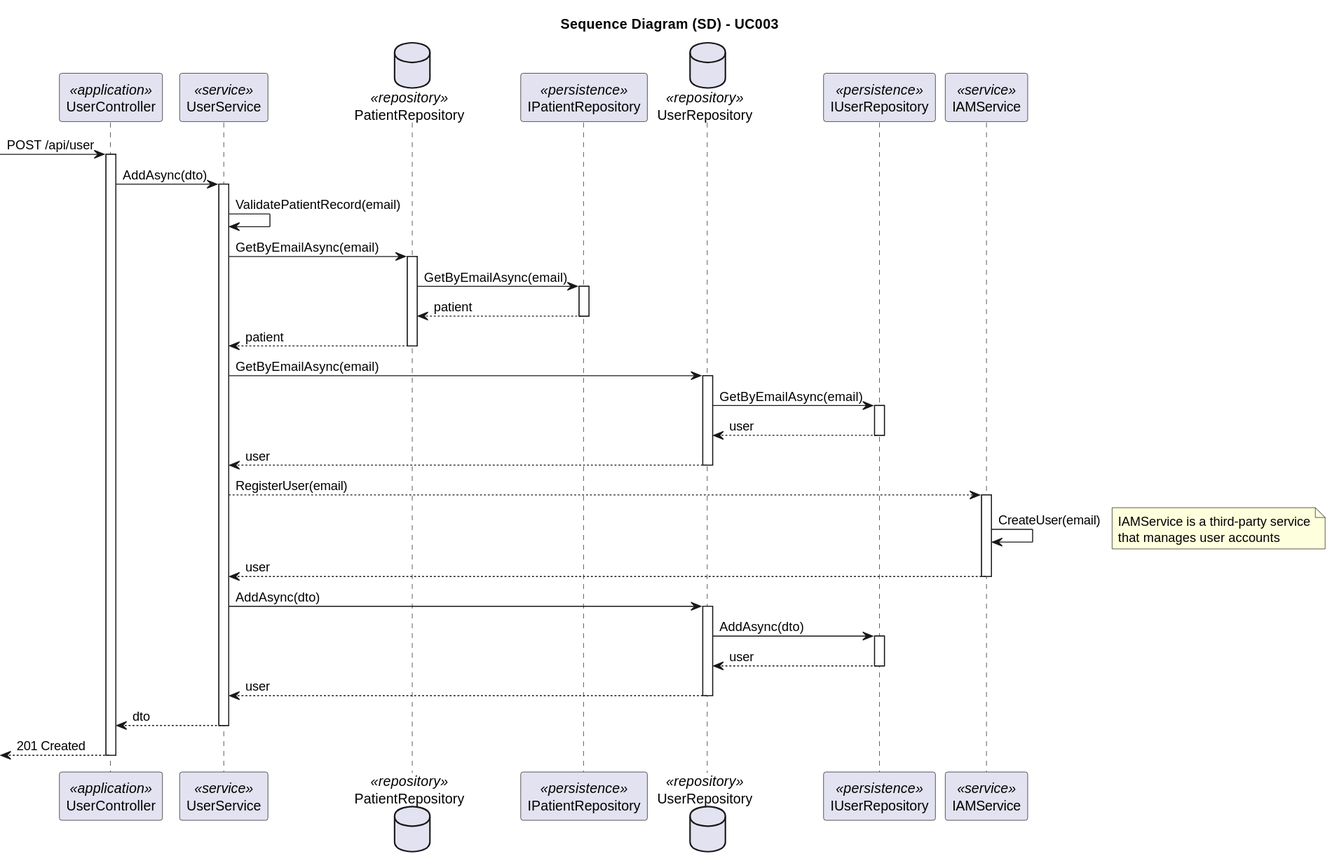
Above: docs/SprintA/UseCases/UC003/03.design/svg/uc003-sequence-diagram.svg in 1221124/sem5pi-24-25-g031 (PlantUML), before the change.
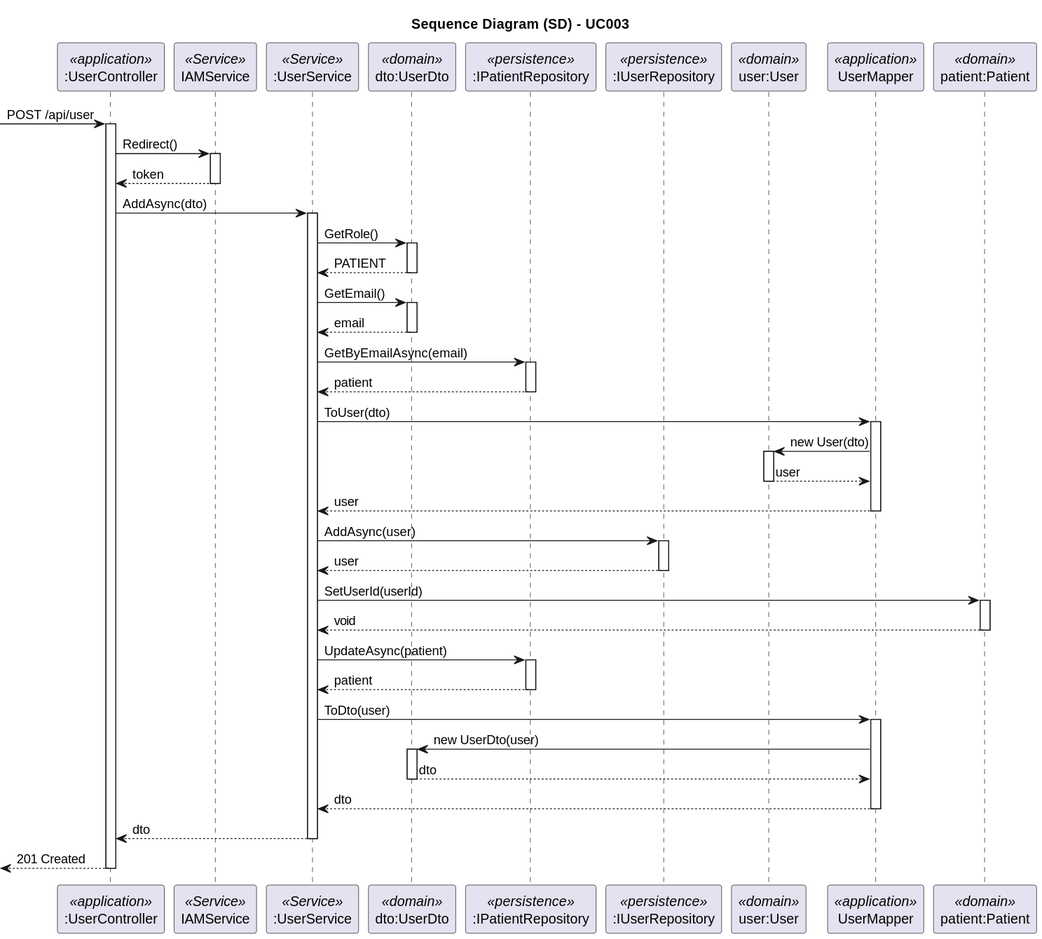
After the change.

The edit, as a diff of the source:
```diff
@@ -7,81 +7,111 @@
 
 title Sequence Diagram (SD) - UC003
 
-participant UserController as Controller <<application>>
-participant UserService as Service <<service>>
-database PatientRepository as PRepository <<repository>>
-participant IPatientRepository as IPRepo <<persistence>>
-database UserRepository as URepository <<repository>>
-participant IUserRepository as IURepo <<persistence>>
-participant IAMService as IAMService <<service>>
+participant ":UserController" as Controller <<application>>
+participant "IAMService" as IAM <<Service>>
+participant ":UserService" as Service <<Service>>
+participant "dto:UserDto" as Dto <<domain>>
+participant ":IPatientRepository" as PatRepo <<persistence>>
+participant ":IUserRepository" as UserRepo <<persistence>>
+participant "user:User" as User <<domain>>
+participant "UserMapper" as Mapper <<application>>
+participant "patient:Patient" as Patient <<domain>>
 
 -> Controller: POST /api/user
 
 activate Controller
 
+    Controller -> IAM: Redirect()
+
+    activate IAM
+
+        IAM --> Controller: token
+
+    deactivate IAM
+
     Controller -> Service: AddAsync(dto)
 
     activate Service
 
-        Service -> Service: ValidatePatientRecord(email)
+        Service -> Dto: GetRole()
 
-        Service -> PRepository: GetByEmailAsync(email)
+        activate Dto
 
-        activate PRepository
+            Dto --> Service: PATIENT
 
-            PRepository -> IPRepo: GetByEmailAsync(email)
+        deactivate Dto
 
-            activate IPRepo
+        Service -> Dto: GetEmail()
 
-                IPRepo --> PRepository: patient
+        activate Dto
 
-            deactivate IPRepo
+            Dto --> Service: email
 
-            PRepository --> Service: patient
+        deactivate Dto
 
-        deactivate PRepository
+        Service -> PatRepo: GetByEmailAsync(email)
 
-        Service -> URepository: GetByEmailAsync(email)
+        activate PatRepo
 
-        activate URepository
+            PatRepo --> Service: patient
 
-            URepository -> IURepo: GetByEmailAsync(email)
+        deactivate PatRepo
 
-            activate IURepo
+        Service -> Mapper: ToUser(dto)
 
-                IURepo --> URepository: user
+        activate Mapper
 
-            deactivate IURepo
+            Mapper -> User: new User(dto)
 
-            URepository --> Service: user
+            activate User
 
-        deactivate URepository
+                User --> Mapper: user
 
-        Service --> IAMService: RegisterUser(email)
-        activate IAMService
+            deactivate User
 
-            IAMService -> IAMService: CreateUser(email)
-            note right: IAMService is a third-party service\nthat manages user accounts
+            Mapper --> Service: user
 
-            IAMService --> Service: user
+        deactivate Mapper
 
-        deactivate IAMService
+        Service -> UserRepo: AddAsync(user)
 
-        Service -> URepository: AddAsync(dto)
+        activate UserRepo
 
-        activate URepository
+            UserRepo --> Service: user
 
-            URepository -> IURepo: AddAsync(dto)
+        deactivate UserRepo
 
-            activate IURepo
+        Service -> Patient: SetUserId(userId)
 
-                IURepo --> URepository: user
+        activate Patient
 
-            deactivate IURepo
+            Patient --> Service: void
 
-            URepository --> Service: user
+        deactivate Patient
 
-        deactivate URepository
+        Service -> PatRepo: UpdateAsync(patient)
+
+        activate PatRepo
+
+            PatRepo --> Service: patient
+
+        deactivate PatRepo
+
+        Service -> Mapper: ToDto(user)
+
+        activate Mapper
+
+            Mapper -> Dto: new UserDto(user)
+
+            activate Dto
+
+                Dto --> Mapper: dto
+
+            deactivate Dto
+
+            Mapper --> Service: dto
+
+        deactivate Mapper
 
         Service --> Controller: dto
 
```
